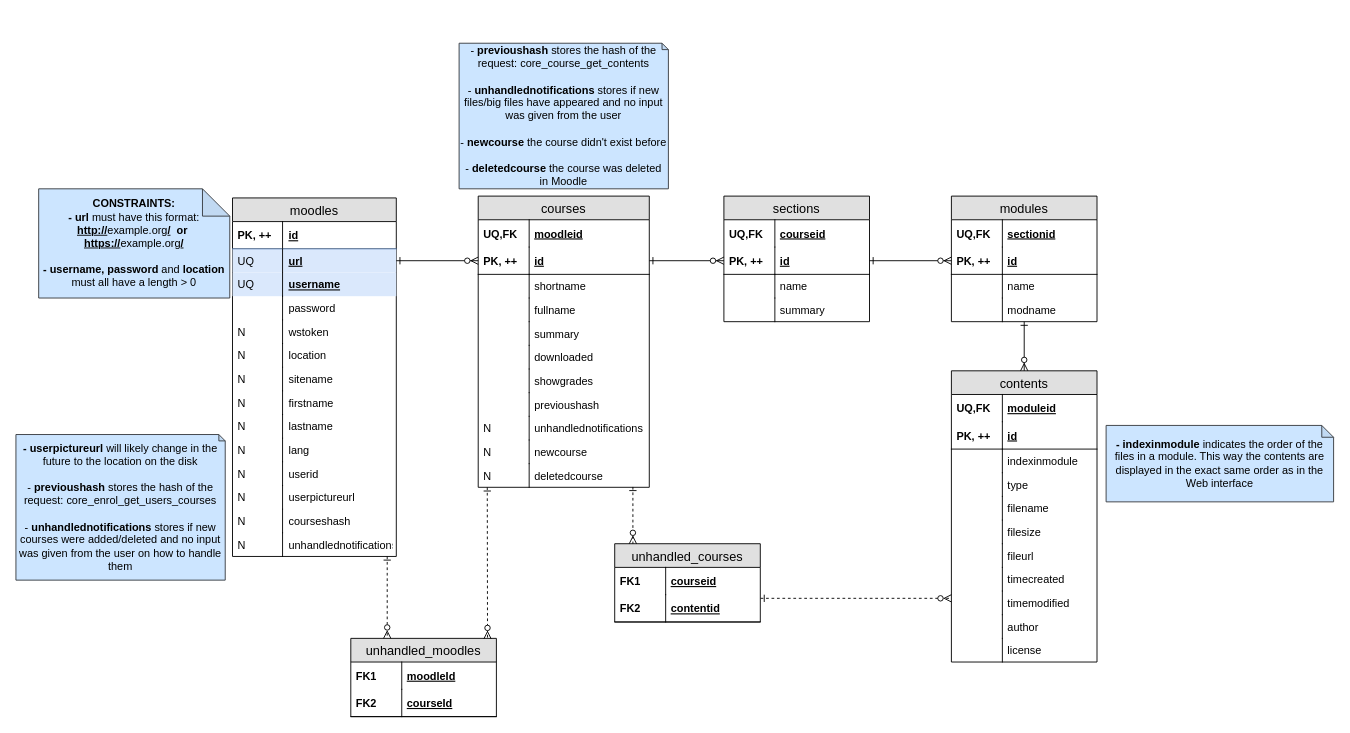
Earlier version of the draw.io diagram diagrams/DB.drawio (LiTO773/NoodleOld). Source tidied: cells renumbered, new cells numbered last; positions are measured from the earlier drawing's top-left corner, leaving out a move shared by most shapes. Both pictures are drawn from the tidied source at 91%, with x=0, y=0 at pixel (15, 43).
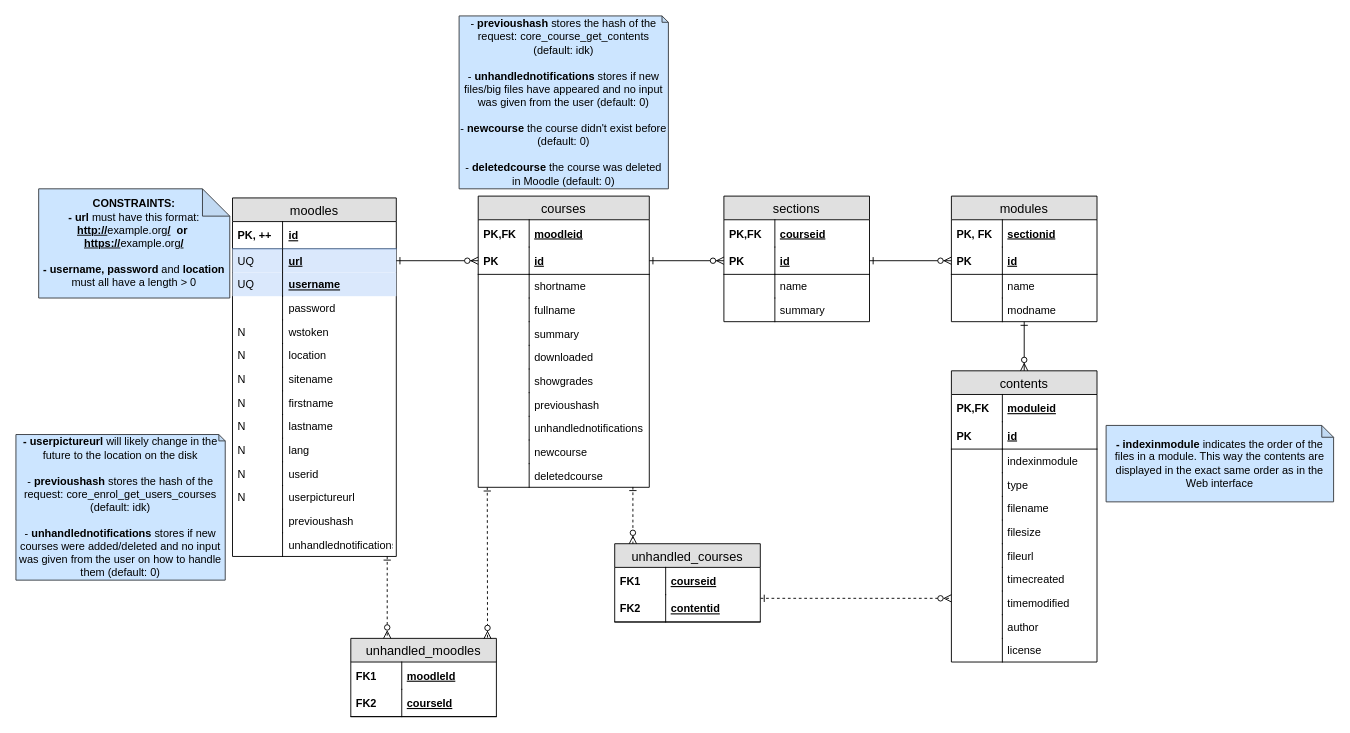
The same page after the edit.

Unchanged cells that the change refers to:
```xml
<mxCell id="2" value="moodles" style="swimlane;fontStyle=0;horizontal=1;startSize=26;fillColor=#e0e0e0;swimlaneFillColor=#ffffff;align=center;fontSize=14;" parent="1" vertex="1">
  <mxGeometry x="238" y="170" width="180" height="394" as="geometry" />
</mxCell>
<mxCell id="29" value="unhandlednotifications" style="shape=partialRectangle;top=0;left=0;right=0;bottom=0;align=left;verticalAlign=middle;fillColor=none;spacingLeft=60;spacingRight=4;overflow=hidden;fontSize=12;fontStyle=0;" parent="2" vertex="1">
  <mxGeometry y="368" width="180" height="26" as="geometry" />
</mxCell>
<mxCell id="35" value="moodleid" style="shape=partialRectangle;top=0;left=0;right=0;bottom=0;align=left;verticalAlign=middle;fillColor=none;spacingLeft=60;spacingRight=4;overflow=hidden;fontStyle=5;fontSize=12;" parent="34" vertex="1">
  <mxGeometry y="26" width="188" height="30" as="geometry" />
</mxCell>
<mxCell id="37" value="id" style="shape=partialRectangle;top=0;left=0;right=0;bottom=1;align=left;verticalAlign=middle;fillColor=none;spacingLeft=60;spacingRight=4;overflow=hidden;points=[[0,0.5],[1,0.5]];portConstraint=eastwest;fontStyle=5;fontSize=12;" parent="34" vertex="1">
  <mxGeometry y="56" width="188" height="30" as="geometry" />
</mxCell>
<mxCell id="51" value="unhandlednotifications" style="shape=partialRectangle;top=0;left=0;right=0;bottom=0;align=left;verticalAlign=top;fillColor=none;spacingLeft=60;spacingRight=4;overflow=hidden;fontSize=12;" parent="34" vertex="1">
  <mxGeometry y="242" width="188" height="26" as="geometry" />
</mxCell>
<mxCell id="53" value="newcourse" style="shape=partialRectangle;top=0;left=0;right=0;bottom=0;align=left;verticalAlign=top;fillColor=none;spacingLeft=60;spacingRight=4;overflow=hidden;fontSize=12;" parent="34" vertex="1">
  <mxGeometry y="268" width="188" height="26" as="geometry" />
</mxCell>
<mxCell id="55" value="deletedcourse" style="shape=partialRectangle;top=0;left=0;right=0;bottom=0;align=left;verticalAlign=top;fillColor=none;spacingLeft=60;spacingRight=4;overflow=hidden;points=[[0,0.5],[1,0.5]];portConstraint=eastwest;fontSize=12;" parent="34" vertex="1">
  <mxGeometry y="294" width="188" height="26" as="geometry" />
</mxCell>
<mxCell id="59" value="courseid" style="shape=partialRectangle;top=0;left=0;right=0;bottom=0;align=left;verticalAlign=middle;fillColor=none;spacingLeft=60;spacingRight=4;overflow=hidden;fontStyle=5;fontSize=12;" parent="58" vertex="1">
  <mxGeometry y="26" width="160" height="30" as="geometry" />
</mxCell>
<mxCell id="61" value="id" style="shape=partialRectangle;top=0;left=0;right=0;bottom=1;align=left;verticalAlign=middle;fillColor=none;spacingLeft=60;spacingRight=4;overflow=hidden;points=[[0,0.5],[1,0.5]];portConstraint=eastwest;fontStyle=5;fontSize=12;" parent="58" vertex="1">
  <mxGeometry y="56" width="160" height="30" as="geometry" />
</mxCell>
<mxCell id="69" value="sectionid" style="shape=partialRectangle;top=0;left=0;right=0;bottom=0;align=left;verticalAlign=middle;fillColor=none;spacingLeft=60;spacingRight=4;overflow=hidden;fontStyle=5;fontSize=12;" parent="68" vertex="1">
  <mxGeometry y="26" width="160" height="30" as="geometry" />
</mxCell>
<mxCell id="71" value="id" style="shape=partialRectangle;top=0;left=0;right=0;bottom=1;align=left;verticalAlign=middle;fillColor=none;spacingLeft=60;spacingRight=4;overflow=hidden;points=[[0,0.5],[1,0.5]];portConstraint=eastwest;fontStyle=5;fontSize=12;" parent="68" vertex="1">
  <mxGeometry y="56" width="160" height="30" as="geometry" />
</mxCell>
<mxCell id="79" value="moduleid" style="shape=partialRectangle;top=0;left=0;right=0;bottom=0;align=left;verticalAlign=middle;fillColor=none;spacingLeft=60;spacingRight=4;overflow=hidden;fontStyle=5;fontSize=12;" parent="78" vertex="1">
  <mxGeometry y="26" width="160" height="30" as="geometry" />
</mxCell>
<mxCell id="81" value="id" style="shape=partialRectangle;top=0;left=0;right=0;bottom=1;align=left;verticalAlign=middle;fillColor=none;spacingLeft=60;spacingRight=4;overflow=hidden;fontStyle=5;fontSize=12;" parent="78" vertex="1">
  <mxGeometry y="56" width="160" height="30" as="geometry" />
</mxCell>
```

What changed in the source:
```diff
@@
-    <mxCell id="27" value="courseshash" style="shape=partialRectangle;top=0;left=0;right=0;bottom=0;align=left;verticalAlign=middle;fillColor=none;spacingLeft=60;spacingRight=4;overflow=hidden;fontSize=12;fontStyle=0;" parent="2" vertex="1">
+    <mxCell id="27" value="previoushash" style="shape=partialRectangle;top=0;left=0;right=0;bottom=0;align=left;verticalAlign=middle;fillColor=none;spacingLeft=60;spacingRight=4;overflow=hidden;fontSize=12;fontStyle=0;" parent="2" vertex="1">
       <mxGeometry y="342" width="180" height="26" as="geometry" />
     </mxCell>
-    <mxCell id="28" value="N" style="shape=partialRectangle;top=0;left=0;bottom=0;fillColor=none;align=left;verticalAlign=top;spacingLeft=4;spacingRight=4;overflow=hidden;fontSize=12;" parent="27" vertex="1">
+    <mxCell id="28" style="shape=partialRectangle;top=0;left=0;bottom=0;fillColor=none;align=left;verticalAlign=top;spacingLeft=4;spacingRight=4;overflow=hidden;fontSize=12;" parent="27" vertex="1">
       <mxGeometry width="55" height="26" as="geometry" />
     </mxCell>
@@
-    <mxCell id="30" value="N" style="shape=partialRectangle;top=0;left=0;bottom=0;fillColor=none;align=left;verticalAlign=top;spacingLeft=4;spacingRight=4;overflow=hidden;fontSize=12;" parent="29" vertex="1">
+    <mxCell id="30" style="shape=partialRectangle;top=0;left=0;bottom=0;fillColor=none;align=left;verticalAlign=top;spacingLeft=4;spacingRight=4;overflow=hidden;fontSize=12;" parent="29" vertex="1">
       <mxGeometry width="55" height="26" as="geometry" />
     </mxCell>
@@
-    <mxCell id="32" value="&lt;b&gt;- userpictureurl &lt;/b&gt;will likely change in the future to the location on the disk&lt;br&gt;&lt;br&gt;&lt;div&gt;- &lt;b&gt;previoushash &lt;/b&gt;stores the hash of the request: core_enrol_get_users_courses&lt;/div&gt;&lt;div&gt;&lt;br&gt;&lt;/div&gt;&lt;div&gt;- &lt;b&gt;unhandlednotifications &lt;/b&gt;stores if new courses were added/deleted and no input was given from the user on how to handle them&lt;/div&gt;" style="shape=note;whiteSpace=wrap;html=1;backgroundOutline=1;darkOpacity=0.05;fillColor=#cce5ff;strokeColor=#36393d;size=7;align=center;" parent="1" vertex="1">
+    <mxCell id="32" value="&lt;b&gt;- userpictureurl &lt;/b&gt;will likely change in the future to the location on the disk&lt;br&gt;&lt;br&gt;&lt;div&gt;- &lt;b&gt;previoushash &lt;/b&gt;stores the hash of the request: core_enrol_get_users_courses (default: idk)&lt;/div&gt;&lt;div&gt;&lt;br&gt;&lt;/div&gt;&lt;div&gt;- &lt;b&gt;unhandlednotifications &lt;/b&gt;stores if new courses were added/deleted and no input was given from the user on how to handle them (default: 0)&lt;/div&gt;" style="shape=note;whiteSpace=wrap;html=1;backgroundOutline=1;darkOpacity=0.05;fillColor=#cce5ff;strokeColor=#36393d;size=7;align=center;" parent="1" vertex="1">
       <mxGeometry y="430" width="230" height="160" as="geometry" />
     </mxCell>
@@
-    <mxCell id="36" value="UQ,FK" style="shape=partialRectangle;fontStyle=1;top=0;left=0;bottom=0;fillColor=none;align=left;verticalAlign=middle;spacingLeft=4;spacingRight=4;overflow=hidden;fontSize=12;" parent="35" vertex="1">
+    <mxCell id="36" value="PK,FK" style="shape=partialRectangle;fontStyle=1;top=0;left=0;bottom=0;fillColor=none;align=left;verticalAlign=middle;spacingLeft=4;spacingRight=4;overflow=hidden;fontSize=12;" parent="35" vertex="1">
       <mxGeometry width="56" height="30" as="geometry" />
     </mxCell>
@@
-    <mxCell id="38" value="PK, ++" style="shape=partialRectangle;fontStyle=1;top=0;left=0;bottom=0;fillColor=none;align=left;verticalAlign=middle;spacingLeft=4;spacingRight=4;overflow=hidden;fontSize=12;" parent="37" vertex="1">
+    <mxCell id="38" value="PK" style="shape=partialRectangle;fontStyle=1;top=0;left=0;bottom=0;fillColor=none;align=left;verticalAlign=middle;spacingLeft=4;spacingRight=4;overflow=hidden;fontSize=12;" parent="37" vertex="1">
       <mxGeometry width="56" height="30" as="geometry" />
     </mxCell>
@@
-    <mxCell id="52" value="N" style="shape=partialRectangle;top=0;left=0;bottom=0;fillColor=none;align=left;verticalAlign=top;spacingLeft=4;spacingRight=4;overflow=hidden;fontSize=12;" parent="51" vertex="1">
+    <mxCell id="52" style="shape=partialRectangle;top=0;left=0;bottom=0;fillColor=none;align=left;verticalAlign=top;spacingLeft=4;spacingRight=4;overflow=hidden;fontSize=12;" parent="51" vertex="1">
       <mxGeometry width="56" height="26" as="geometry" />
     </mxCell>
@@
-    <mxCell id="54" value="N" style="shape=partialRectangle;top=0;left=0;bottom=0;fillColor=none;align=left;verticalAlign=top;spacingLeft=4;spacingRight=4;overflow=hidden;fontSize=12;" parent="53" vertex="1">
+    <mxCell id="54" style="shape=partialRectangle;top=0;left=0;bottom=0;fillColor=none;align=left;verticalAlign=top;spacingLeft=4;spacingRight=4;overflow=hidden;fontSize=12;" parent="53" vertex="1">
       <mxGeometry width="56" height="26" as="geometry" />
     </mxCell>
@@
-    <mxCell id="56" value="N" style="shape=partialRectangle;top=0;left=0;bottom=0;fillColor=none;align=left;verticalAlign=top;spacingLeft=4;spacingRight=4;overflow=hidden;fontSize=12;" parent="55" vertex="1">
+    <mxCell id="56" style="shape=partialRectangle;top=0;left=0;bottom=0;fillColor=none;align=left;verticalAlign=top;spacingLeft=4;spacingRight=4;overflow=hidden;fontSize=12;" parent="55" vertex="1">
       <mxGeometry width="56" height="26" as="geometry" />
     </mxCell>
@@
-    <mxCell id="60" value="UQ,FK" style="shape=partialRectangle;fontStyle=1;top=0;left=0;bottom=0;fillColor=none;align=left;verticalAlign=middle;spacingLeft=4;spacingRight=4;overflow=hidden;fontSize=12;" parent="59" vertex="1">
+    <mxCell id="60" value="PK,FK" style="shape=partialRectangle;fontStyle=1;top=0;left=0;bottom=0;fillColor=none;align=left;verticalAlign=middle;spacingLeft=4;spacingRight=4;overflow=hidden;fontSize=12;" parent="59" vertex="1">
       <mxGeometry width="56" height="30" as="geometry" />
     </mxCell>
@@
-    <mxCell id="62" value="PK, ++" style="shape=partialRectangle;fontStyle=1;top=0;left=0;bottom=0;fillColor=none;align=left;verticalAlign=middle;spacingLeft=4;spacingRight=4;overflow=hidden;fontSize=12;" parent="61" vertex="1">
+    <mxCell id="62" value="PK" style="shape=partialRectangle;fontStyle=1;top=0;left=0;bottom=0;fillColor=none;align=left;verticalAlign=middle;spacingLeft=4;spacingRight=4;overflow=hidden;fontSize=12;" parent="61" vertex="1">
       <mxGeometry width="56" height="30" as="geometry" />
     </mxCell>
@@
-    <mxCell id="70" value="UQ,FK" style="shape=partialRectangle;fontStyle=1;top=0;left=0;bottom=0;fillColor=none;align=left;verticalAlign=middle;spacingLeft=4;spacingRight=4;overflow=hidden;fontSize=12;" parent="69" vertex="1">
+    <mxCell id="70" value="PK, FK" style="shape=partialRectangle;fontStyle=1;top=0;left=0;bottom=0;fillColor=none;align=left;verticalAlign=middle;spacingLeft=4;spacingRight=4;overflow=hidden;fontSize=12;" parent="69" vertex="1">
       <mxGeometry width="56" height="30" as="geometry" />
     </mxCell>
@@
-    <mxCell id="72" value="PK, ++" style="shape=partialRectangle;fontStyle=1;top=0;left=0;bottom=0;fillColor=none;align=left;verticalAlign=middle;spacingLeft=4;spacingRight=4;overflow=hidden;fontSize=12;" parent="71" vertex="1">
+    <mxCell id="72" value="PK" style="shape=partialRectangle;fontStyle=1;top=0;left=0;bottom=0;fillColor=none;align=left;verticalAlign=middle;spacingLeft=4;spacingRight=4;overflow=hidden;fontSize=12;" parent="71" vertex="1">
       <mxGeometry width="56" height="30" as="geometry" />
     </mxCell>
@@
-    <mxCell id="80" value="UQ,FK" style="shape=partialRectangle;fontStyle=1;top=0;left=0;bottom=0;fillColor=none;align=left;verticalAlign=middle;spacingLeft=4;spacingRight=4;overflow=hidden;fontSize=12;" parent="79" vertex="1">
+    <mxCell id="80" value="PK,FK" style="shape=partialRectangle;fontStyle=1;top=0;left=0;bottom=0;fillColor=none;align=left;verticalAlign=middle;spacingLeft=4;spacingRight=4;overflow=hidden;fontSize=12;" parent="79" vertex="1">
       <mxGeometry width="56" height="30" as="geometry" />
     </mxCell>
@@
-    <mxCell id="82" value="PK, ++" style="shape=partialRectangle;fontStyle=1;top=0;left=0;bottom=0;fillColor=none;align=left;verticalAlign=middle;spacingLeft=4;spacingRight=4;overflow=hidden;fontSize=12;" parent="81" vertex="1">
+    <mxCell id="82" value="PK" style="shape=partialRectangle;fontStyle=1;top=0;left=0;bottom=0;fillColor=none;align=left;verticalAlign=middle;spacingLeft=4;spacingRight=4;overflow=hidden;fontSize=12;" parent="81" vertex="1">
       <mxGeometry width="56" height="30" as="geometry" />
     </mxCell>
@@
-    <mxCell id="103" value="- &lt;b&gt;previoushash&amp;nbsp;&lt;/b&gt;stores the hash of the request: core_course_get_contents&lt;br&gt;&lt;br&gt;-&amp;nbsp;&lt;b&gt;unhandlednotifications&amp;nbsp;&lt;/b&gt;stores if new files/big files have appeared and no input was given from the user&lt;br&gt;&lt;br&gt;- &lt;b&gt;newcourse &lt;/b&gt;the course didn't exist before&lt;br&gt;&lt;br&gt;- &lt;b&gt;deletedcourse &lt;/b&gt;the course was deleted in Moodle" style="shape=note;whiteSpace=wrap;html=1;backgroundOutline=1;darkOpacity=0.05;fillColor=#cce5ff;strokeColor=#36393d;size=7;align=center;" parent="1" vertex="1">
-      <mxGeometry x="487" width="230" height="160" as="geometry" />
+    <mxCell id="103" value="- &lt;b&gt;previoushash&amp;nbsp;&lt;/b&gt;stores the hash of the request: core_course_get_contents (default: idk)&lt;br&gt;&lt;br&gt;-&amp;nbsp;&lt;b&gt;unhandlednotifications&amp;nbsp;&lt;/b&gt;stores if new files/big files have appeared and no input was given from the user (default: 0)&lt;br&gt;&lt;br&gt;- &lt;b&gt;newcourse &lt;/b&gt;the course didn't exist before (default: 0)&lt;br&gt;&lt;br&gt;- &lt;b&gt;deletedcourse &lt;/b&gt;the course was deleted in Moodle (default: 0)" style="shape=note;whiteSpace=wrap;html=1;backgroundOutline=1;darkOpacity=0.05;fillColor=#cce5ff;strokeColor=#36393d;size=7;align=center;" parent="1" vertex="1">
+      <mxGeometry x="487" y="-30" width="230" height="190" as="geometry" />
     </mxCell>
```
